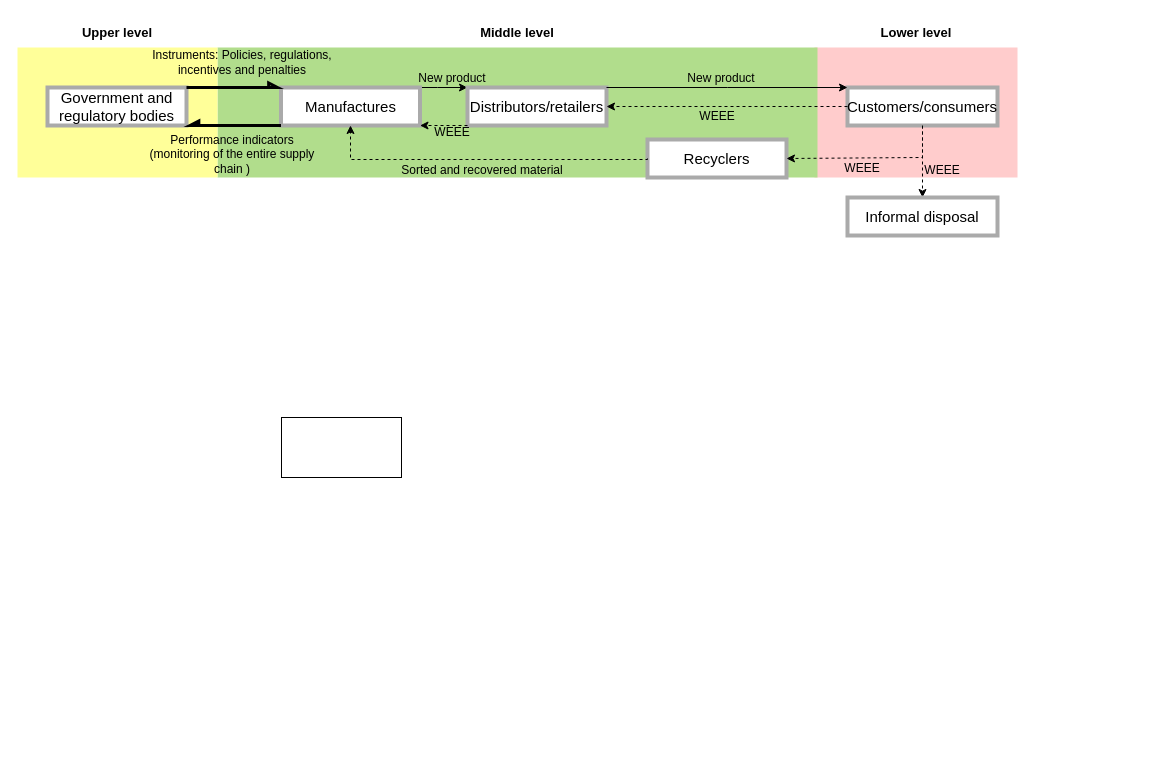
This is Unbenanntes Diagramm.drawio from lorerubiano22/LSRR_Working, a draw.io file, before an edit. Source tidied: cells renumbered, new cells numbered last; positions are measured from the earlier drawing's top-left corner, leaving out a move shared by most shapes. Both pictures are drawn from the tidied source at 100%, with x=0, y=0 at pixel (17, 17).
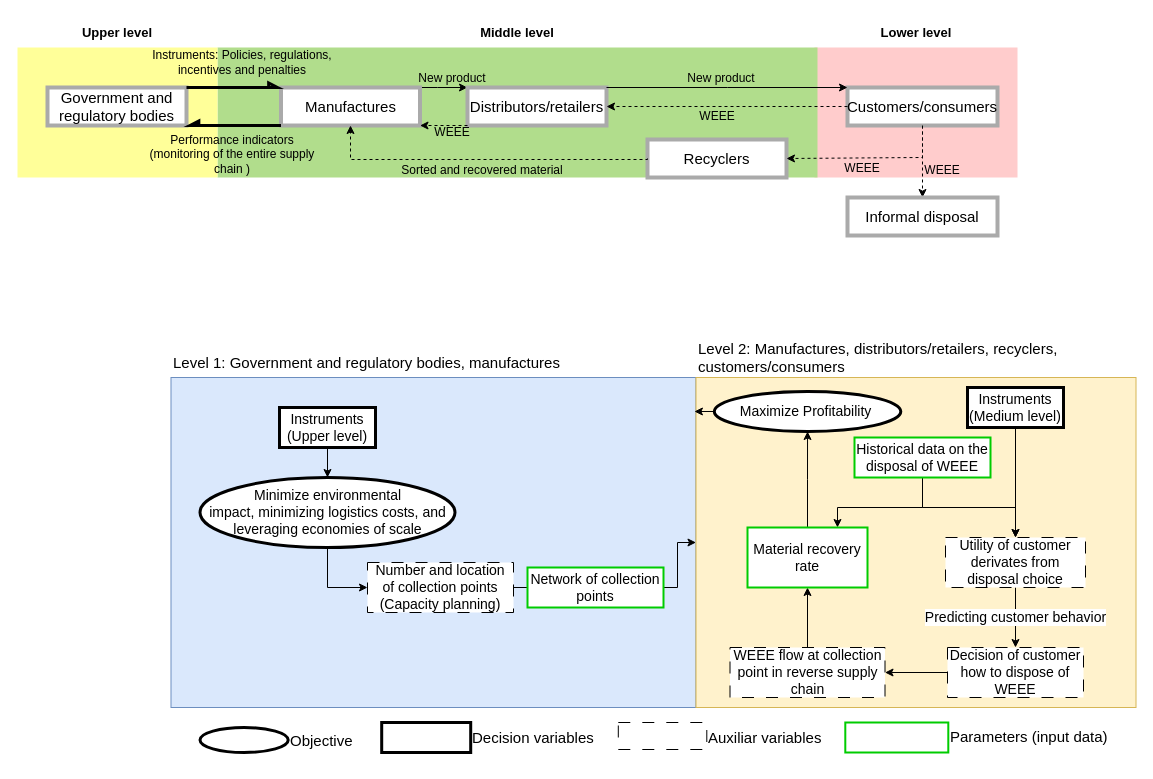
Above is the later version.

The edit, as a diff of the source:
```diff
@@
+    <mxCell id="34" style="rounded=0;whiteSpace=wrap;html=1;strokeColor=#6c8ebf;fillColor=#dae8fc;fontSize=14;" parent="1" vertex="1">
+      <mxGeometry x="153.5" y="360" width="525" height="330" as="geometry" />
+    </mxCell>
+    <mxCell id="35" style="rounded=0;whiteSpace=wrap;html=1;strokeColor=#d6b656;fillColor=#fff2cc;fontSize=14;" parent="1" vertex="1">
+      <mxGeometry x="678.5" y="360" width="440" height="330" as="geometry" />
+    </mxCell>
@@
-    <mxCell id="31" value="&lt;p style=&quot;font-style: normal; font-variant-caps: normal; font-weight: 400; letter-spacing: normal; orphans: auto; text-align: start; text-indent: 0px; text-transform: none; white-space: normal; widows: auto; word-spacing: 0px; -webkit-text-stroke-width: 0px; text-decoration: none; caret-color: rgb(0, 0, 0); color: rgb(0, 0, 0);&quot;&gt;&lt;br&gt;&lt;/p&gt;" style="text;whiteSpace=wrap;html=1;" parent="1" vertex="1">
-      <mxGeometry x="910" y="230" width="120" height="60" as="geometry" />
-    </mxCell>
@@
+    <mxCell id="36" style="edgeStyle=orthogonalEdgeStyle;rounded=0;jettySize=auto;html=1;fontSize=14;" parent="1" edge="1" source="33" target="38">
+      <mxGeometry relative="1" as="geometry" />
+    </mxCell>
-    <mxCell id="33" style="rounded=0;whiteSpace=wrap;html=1;" parent="1" vertex="1">
-      <mxGeometry x="264" y="400" width="120" height="60" as="geometry" />
+    <mxCell id="33" value="Instruments&lt;div style=&quot;font-size: 14px;&quot;&gt;(Upper level)&lt;/div&gt;" style="rounded=0;whiteSpace=wrap;html=1;fontSize=14;strokeWidth=3;" parent="1" vertex="1">
+      <mxGeometry x="262" y="390" width="96" height="40" as="geometry" />
     </mxCell>
+    <mxCell id="37" style="edgeStyle=orthogonalEdgeStyle;rounded=0;jettySize=auto;html=1;entryX=0;entryY=0.5;entryDx=0;entryDy=0;fontSize=14;" parent="1" edge="1" source="38" target="40">
+      <mxGeometry relative="1" as="geometry">
+        <Array as="points">
+          <mxPoint x="310" y="570" />
+        </Array>
+      </mxGeometry>
+    </mxCell>
+    <mxCell id="38" value="&lt;p style=&quot;font-size: 14px;&quot;&gt;Minimize environmental impact,&amp;nbsp;minimizing logistics costs, and leveraging economies of scale&lt;/p&gt;" style="ellipse;whiteSpace=wrap;html=1;align=center;fontSize=14;strokeWidth=3;" parent="1" vertex="1">
+      <mxGeometry x="182.5" y="460" width="255" height="70" as="geometry" />
+    </mxCell>
+    <mxCell id="39" style="edgeStyle=orthogonalEdgeStyle;rounded=0;jettySize=auto;html=1;endArrow=none;endFill=0;exitX=1;exitY=0.5;exitDx=0;exitDy=0;fontSize=14;" parent="1" edge="1" source="40" target="42">
+      <mxGeometry relative="1" as="geometry">
+        <Array as="points">
+          <mxPoint x="520" y="570" />
+          <mxPoint x="520" y="570" />
+        </Array>
+      </mxGeometry>
+    </mxCell>
+    <mxCell id="40" value="Number and location of collection points (Capacity planning)" style="rounded=0;whiteSpace=wrap;html=1;dashed=1;dashPattern=12 12;fontSize=14;" parent="1" vertex="1">
+      <mxGeometry x="350" y="545" width="146" height="50" as="geometry" />
+    </mxCell>
+    <mxCell id="41" style="edgeStyle=orthogonalEdgeStyle;rounded=0;jettySize=auto;html=1;entryX=0;entryY=0.5;entryDx=0;entryDy=0;fontSize=14;" parent="1" edge="1" source="42" target="35">
+      <mxGeometry relative="1" as="geometry">
+        <Array as="points">
+          <mxPoint x="588" y="570" />
+          <mxPoint x="660" y="570" />
+          <mxPoint x="660" y="525" />
+        </Array>
+      </mxGeometry>
+    </mxCell>
+    <mxCell id="42" value="Network of collection points" style="rounded=0;whiteSpace=wrap;html=1;strokeColor=#00CC00;strokeWidth=2;fontSize=14;" parent="1" vertex="1">
+      <mxGeometry x="510" y="550" width="136" height="40" as="geometry" />
+    </mxCell>
+    <mxCell id="43" style="edgeStyle=orthogonalEdgeStyle;rounded=0;jettySize=auto;html=1;entryX=0.5;entryY=0;entryDx=0;entryDy=0;fontSize=14;" parent="1" edge="1" source="44" target="48">
+      <mxGeometry relative="1" as="geometry" />
+    </mxCell>
+    <mxCell id="44" value="Instruments&lt;div style=&quot;font-size: 14px;&quot;&gt;(Medium level)&lt;/div&gt;" style="rounded=0;whiteSpace=wrap;html=1;fontSize=14;strokeWidth=3;" parent="1" vertex="1">
+      <mxGeometry x="950" y="370" width="96" height="40" as="geometry" />
+    </mxCell>
+    <mxCell id="45" style="edgeStyle=orthogonalEdgeStyle;rounded=0;jettySize=auto;html=1;entryX=0.997;entryY=0.103;entryDx=0;entryDy=0;entryPerimeter=0;exitX=0;exitY=0.5;exitDx=0;exitDy=0;fontSize=14;" parent="1" edge="1" source="46" target="34">
+      <mxGeometry relative="1" as="geometry">
+        <Array as="points">
+          <mxPoint x="724" y="394" />
+        </Array>
+      </mxGeometry>
+    </mxCell>
+    <mxCell id="46" value="&lt;p style=&quot;font-size: 14px;&quot;&gt;Maximize Profitability&amp;nbsp;&lt;/p&gt;" style="ellipse;whiteSpace=wrap;html=1;align=center;fontSize=14;strokeWidth=3;" parent="1" vertex="1">
+      <mxGeometry x="696.8" y="374" width="186.5" height="40" as="geometry" />
+    </mxCell>
+    <mxCell id="47" value="Predicting customer behavior" style="edgeStyle=orthogonalEdgeStyle;rounded=0;jettySize=auto;html=1;fontSize=14;" parent="1" edge="1" source="48" target="53">
+      <mxGeometry relative="1" as="geometry">
+        <Array as="points">
+          <mxPoint x="998" y="600" />
+          <mxPoint x="998" y="600" />
+        </Array>
+      </mxGeometry>
+    </mxCell>
+    <mxCell id="48" value="Utility of customer derivates from disposal choice" style="rounded=0;whiteSpace=wrap;html=1;strokeWidth=1;strokeColor=#000000;fontSize=14;dashed=1;dashPattern=12 12;" parent="1" vertex="1">
+      <mxGeometry x="928" y="520" width="140" height="50" as="geometry" />
+    </mxCell>
+    <mxCell id="49" style="edgeStyle=orthogonalEdgeStyle;rounded=0;jettySize=auto;html=1;fontSize=14;" parent="1" edge="1" source="51" target="48">
+      <mxGeometry relative="1" as="geometry" />
+    </mxCell>
+    <mxCell id="50" style="edgeStyle=orthogonalEdgeStyle;rounded=0;jettySize=auto;html=1;entryX=0.75;entryY=0;entryDx=0;entryDy=0;fontSize=14;" parent="1" edge="1" source="51" target="57">
+      <mxGeometry relative="1" as="geometry">
+        <Array as="points">
+          <mxPoint x="905" y="490" />
+          <mxPoint x="820" y="490" />
+        </Array>
+      </mxGeometry>
+    </mxCell>
+    <mxCell id="51" value="&lt;p style=&quot;font-size: 14px;&quot;&gt;Historical data on the disposal of WEEE&lt;/p&gt;" style="rounded=0;whiteSpace=wrap;html=1;strokeColor=#00CC00;strokeWidth=2;align=center;fontSize=14;" parent="1" vertex="1">
+      <mxGeometry x="837" y="420" width="136" height="40" as="geometry" />
+    </mxCell>
+    <mxCell id="52" style="edgeStyle=orthogonalEdgeStyle;rounded=0;jettySize=auto;html=1;fontSize=14;" parent="1" edge="1" source="53" target="55">
+      <mxGeometry relative="1" as="geometry" />
+    </mxCell>
+    <mxCell id="53" value="Decision of customer how to dispose of WEEE" style="rounded=0;whiteSpace=wrap;html=1;dashed=1;dashPattern=12 12;fontSize=14;" parent="1" vertex="1">
+      <mxGeometry x="930" y="630" width="136" height="50" as="geometry" />
+    </mxCell>
+    <mxCell id="54" style="edgeStyle=orthogonalEdgeStyle;rounded=0;jettySize=auto;html=1;fontSize=14;" parent="1" edge="1" source="55" target="57">
+      <mxGeometry relative="1" as="geometry" />
+    </mxCell>
+    <mxCell id="55" value="WEEE flow at collection point in reverse supply chain" style="rounded=0;whiteSpace=wrap;html=1;dashed=1;dashPattern=12 12;fontSize=14;" parent="1" vertex="1">
+      <mxGeometry x="712.5" y="630" width="155" height="50" as="geometry" />
+    </mxCell>
+    <mxCell id="56" style="edgeStyle=orthogonalEdgeStyle;rounded=0;jettySize=auto;html=1;fontSize=14;" parent="1" edge="1" source="57" target="46">
+      <mxGeometry relative="1" as="geometry" />
+    </mxCell>
+    <mxCell id="57" value="Material recovery rate" style="whiteSpace=wrap;html=1;strokeColor=#00CC00;rounded=0;strokeWidth=2;fontSize=14;" parent="1" vertex="1">
+      <mxGeometry x="730" y="510" width="120" height="60" as="geometry" />
+    </mxCell>
+    <mxCell id="58" value="Level 1: Government and regulatory bodies, manufactures" style="text;html=1;align=left;verticalAlign=middle;whiteSpace=wrap;rounded=0;fontStyle=0;fontSize=15;" parent="1" vertex="1">
+      <mxGeometry x="153.5" y="330" width="515" height="30" as="geometry" />
+    </mxCell>
+    <mxCell id="59" value="Level 2: Manufactures, distributors/retailers, recyclers, customers/consumers" style="text;html=1;align=left;verticalAlign=middle;whiteSpace=wrap;rounded=0;fontStyle=0;fontSize=15;" parent="1" vertex="1">
+      <mxGeometry x="679.2" y="315" width="410.8" height="50" as="geometry" />
+    </mxCell>
+    <mxCell id="60" style="rounded=0;whiteSpace=wrap;html=1;strokeColor=#00CC00;strokeWidth=2;fontSize=14;" parent="1" vertex="1">
+      <mxGeometry x="827.8" y="705" width="103" height="30" as="geometry" />
+    </mxCell>
+    <mxCell id="61" value="Parameters (input data)" style="text;html=1;align=left;verticalAlign=middle;whiteSpace=wrap;rounded=0;fontStyle=0;fontSize=15;" parent="1" vertex="1">
+      <mxGeometry x="931.2" y="703.5" width="175" height="30" as="geometry" />
+    </mxCell>
+    <mxCell id="62" style="rounded=0;whiteSpace=wrap;html=1;dashed=1;dashPattern=12 12;fontSize=14;" parent="1" vertex="1">
+      <mxGeometry x="600.8" y="705" width="88.5" height="27" as="geometry" />
+    </mxCell>
+    <mxCell id="63" value="Auxiliar variables" style="text;html=1;align=left;verticalAlign=middle;whiteSpace=wrap;rounded=0;fontStyle=0;fontSize=15;" parent="1" vertex="1">
+      <mxGeometry x="689.2" y="705" width="175" height="30" as="geometry" />
+    </mxCell>
+    <mxCell id="64" value="&lt;p style=&quot;font-size: 14px;&quot;&gt;&lt;br&gt;&lt;/p&gt;" style="ellipse;whiteSpace=wrap;html=1;align=center;fontSize=14;strokeWidth=3;" parent="1" vertex="1">
+      <mxGeometry x="182.5" y="710" width="88.2" height="25" as="geometry" />
+    </mxCell>
+    <mxCell id="65" value="Objective" style="text;html=1;align=left;verticalAlign=middle;whiteSpace=wrap;rounded=0;fontStyle=0;fontSize=15;" parent="1" vertex="1">
+      <mxGeometry x="270.8" y="707.5" width="100" height="30" as="geometry" />
+    </mxCell>
+    <mxCell id="66" style="rounded=0;whiteSpace=wrap;html=1;fontSize=14;strokeWidth=3;" parent="1" vertex="1">
+      <mxGeometry x="364.2" y="705" width="89" height="30" as="geometry" />
+    </mxCell>
+    <mxCell id="67" value="Decision variables" style="text;html=1;align=left;verticalAlign=middle;whiteSpace=wrap;rounded=0;fontStyle=0;fontSize=15;" parent="1" vertex="1">
+      <mxGeometry x="453.2" y="705" width="147.5" height="30" as="geometry" />
+    </mxCell>
```
